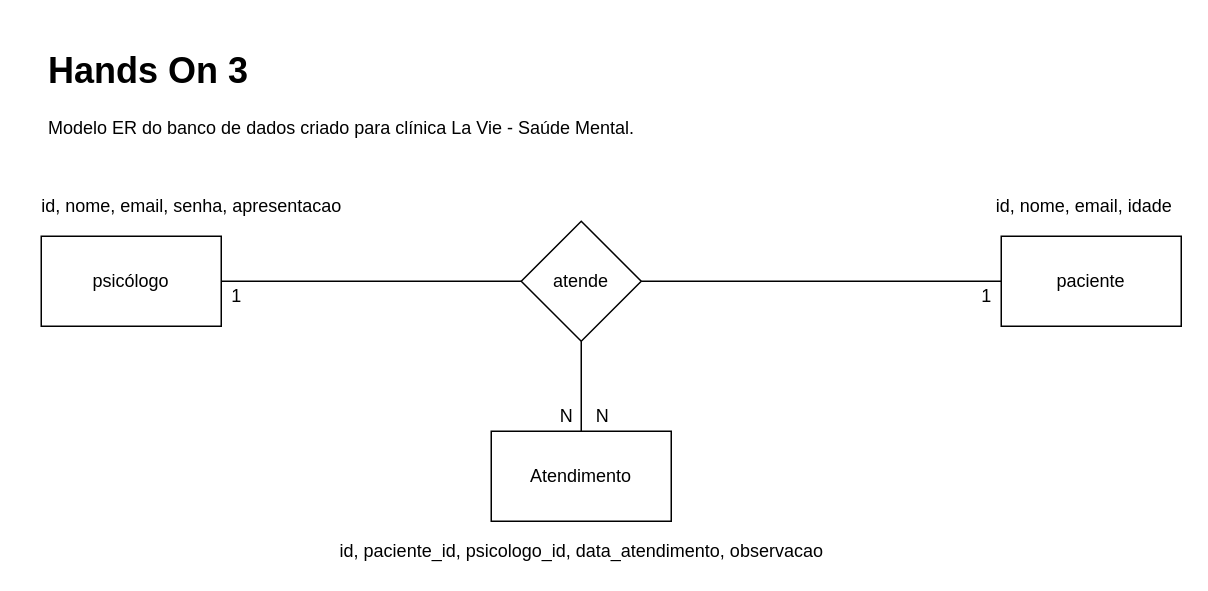
Above: modeloBancoER.drawio in DelioCosta/handson3 (draw.io), before the change. Source tidied: cells renumbered, new cells numbered last; positions are measured from the earlier drawing's top-left corner, leaving out a move shared by most shapes. Both pictures are drawn from the tidied source at 150%, with x=0, y=0 at pixel (26, 40).
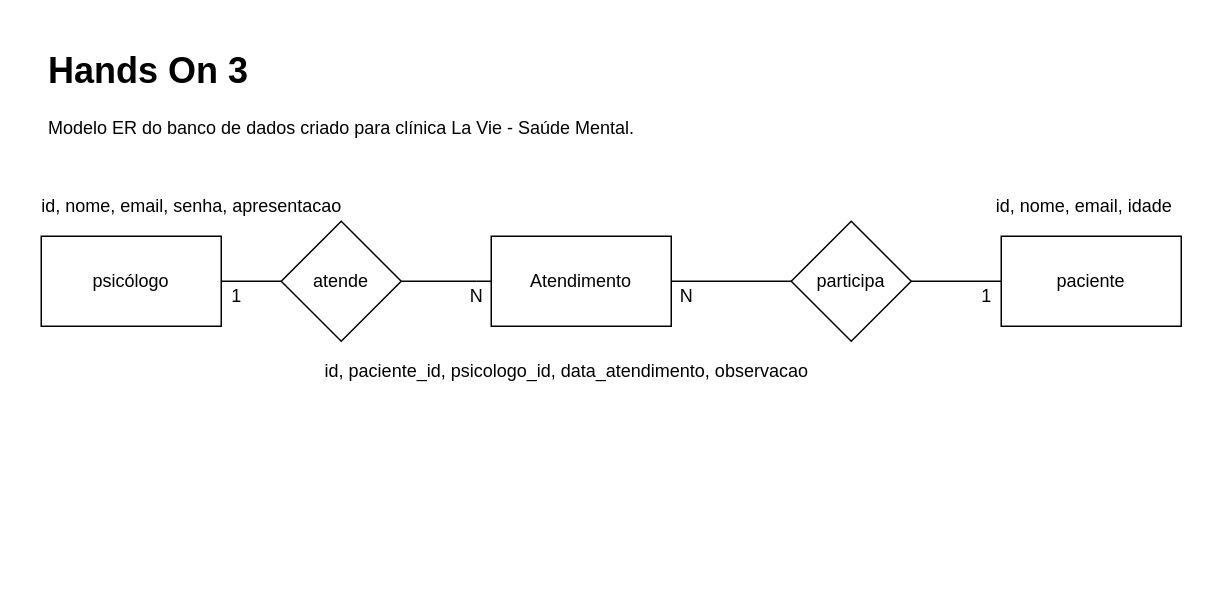
The same diagram, later.

Commit message:
Atualização do modelo ER do banco de dados

Unchanged cells that the change refers to:
```xml
<mxCell id="3" value="&lt;span style=&quot;&quot;&gt;paciente&lt;/span&gt;" style="rounded=0;whiteSpace=wrap;html=1;" parent="1" vertex="1">
  <mxGeometry x="650" y="130" width="120" height="60" as="geometry" />
</mxCell>
```

What changed in the source:
```diff
@@
     <mxCell id="4" value="Atendimento" style="rounded=0;whiteSpace=wrap;html=1;" parent="1" vertex="1">
-      <mxGeometry x="310" y="260" width="120" height="60" as="geometry" />
+      <mxGeometry x="310" y="130" width="120" height="60" as="geometry" />
     </mxCell>
     <mxCell id="5" value="atende" style="rhombus;whiteSpace=wrap;html=1;" parent="1" vertex="1">
-      <mxGeometry x="330" y="120" width="80" height="80" as="geometry" />
+      <mxGeometry x="170" y="120" width="80" height="80" as="geometry" />
     </mxCell>
@@
-    <mxCell id="7" style="endArrow=none;html=1;rounded=0;exitX=1;exitY=0.5;exitDx=0;exitDy=0;entryX=0;entryY=0.5;entryDx=0;entryDy=0;" parent="1" edge="1" source="5" target="3">
+    <mxCell id="7" style="endArrow=none;html=1;rounded=0;entryX=0;entryY=0.5;entryDx=0;entryDy=0;exitX=1;exitY=0.5;exitDx=0;exitDy=0;" parent="1" edge="1" source="17" target="3">
       <mxGeometry relative="1" as="geometry" />
     </mxCell>
-    <mxCell id="8" style="endArrow=none;html=1;rounded=0;exitX=0.5;exitY=0;exitDx=0;exitDy=0;entryX=0.5;entryY=1;entryDx=0;entryDy=0;" parent="1" edge="1" source="4" target="5">
-      <mxGeometry relative="1" as="geometry" />
-    </mxCell>
@@
     <mxCell id="10" value="N" style="text;html=1;align=center;verticalAlign=middle;strokeColor=none;fillColor=none;" parent="1" vertex="1">
-      <mxGeometry x="374" y="240" width="20" height="20" as="geometry" />
+      <mxGeometry x="430" y="160" width="20" height="20" as="geometry" />
     </mxCell>
-    <mxCell id="11" value="N" style="text;html=1;align=center;verticalAlign=middle;strokeColor=none;fillColor=none;" parent="1" vertex="1">
-      <mxGeometry x="350" y="240" width="20" height="20" as="geometry" />
-    </mxCell>
@@
     <mxCell id="15" value="id, paciente_id, psicologo_id, data_atendimento, observacao" style="text;html=1;align=center;verticalAlign=middle;strokeColor=none;fillColor=none;" parent="1" vertex="1">
-      <mxGeometry x="200" y="330" width="340" height="20" as="geometry" />
+      <mxGeometry x="190" y="210" width="340" height="20" as="geometry" />
     </mxCell>
@@
+    <mxCell id="17" value="participa" style="rhombus;whiteSpace=wrap;html=1;" parent="1" vertex="1">
+      <mxGeometry x="510" y="120" width="80" height="80" as="geometry" />
+    </mxCell>
+    <mxCell id="18" style="endArrow=none;html=1;rounded=0;entryX=0;entryY=0.5;entryDx=0;entryDy=0;exitX=1;exitY=0.5;exitDx=0;exitDy=0;startArrow=none;" parent="1" edge="1" target="4">
+      <mxGeometry relative="1" as="geometry">
+        <mxPoint x="300" y="160" as="sourcePoint" />
+      </mxGeometry>
+    </mxCell>
+    <mxCell id="19" style="endArrow=none;html=1;rounded=0;entryX=0;entryY=0.5;entryDx=0;entryDy=0;exitX=1;exitY=0.5;exitDx=0;exitDy=0;" parent="1" edge="1" source="4" target="17">
+      <mxGeometry relative="1" as="geometry" />
+    </mxCell>
+    <mxCell id="20" style="endArrow=none;html=1;rounded=0;exitX=1;exitY=0.5;exitDx=0;exitDy=0;" parent="1" edge="1" source="5">
+      <mxGeometry relative="1" as="geometry">
+        <mxPoint x="300" y="160" as="targetPoint" />
+      </mxGeometry>
+    </mxCell>
+    <mxCell id="11" value="N" style="text;html=1;align=center;verticalAlign=middle;strokeColor=none;fillColor=none;" parent="1" vertex="1">
+      <mxGeometry x="290" y="160" width="20" height="20" as="geometry" />
+    </mxCell>
```
